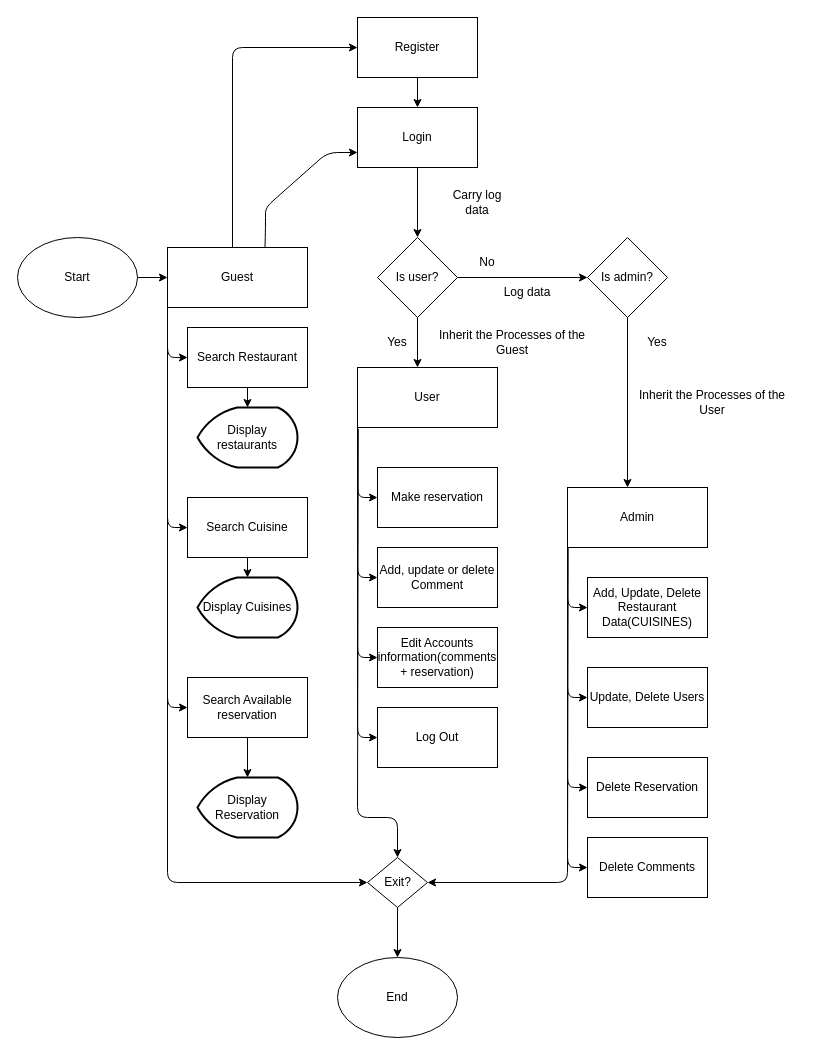
Above: flow-chart.drawio in AriesJ12/Full-fledge-website-first- (draw.io), before the change. Source tidied: cells renumbered, new cells numbered last; positions are measured from the earlier drawing's top-left corner, leaving out a move shared by most shapes. Both pictures are drawn from the tidied source at 100%, with x=0, y=0 at pixel (17, 17).
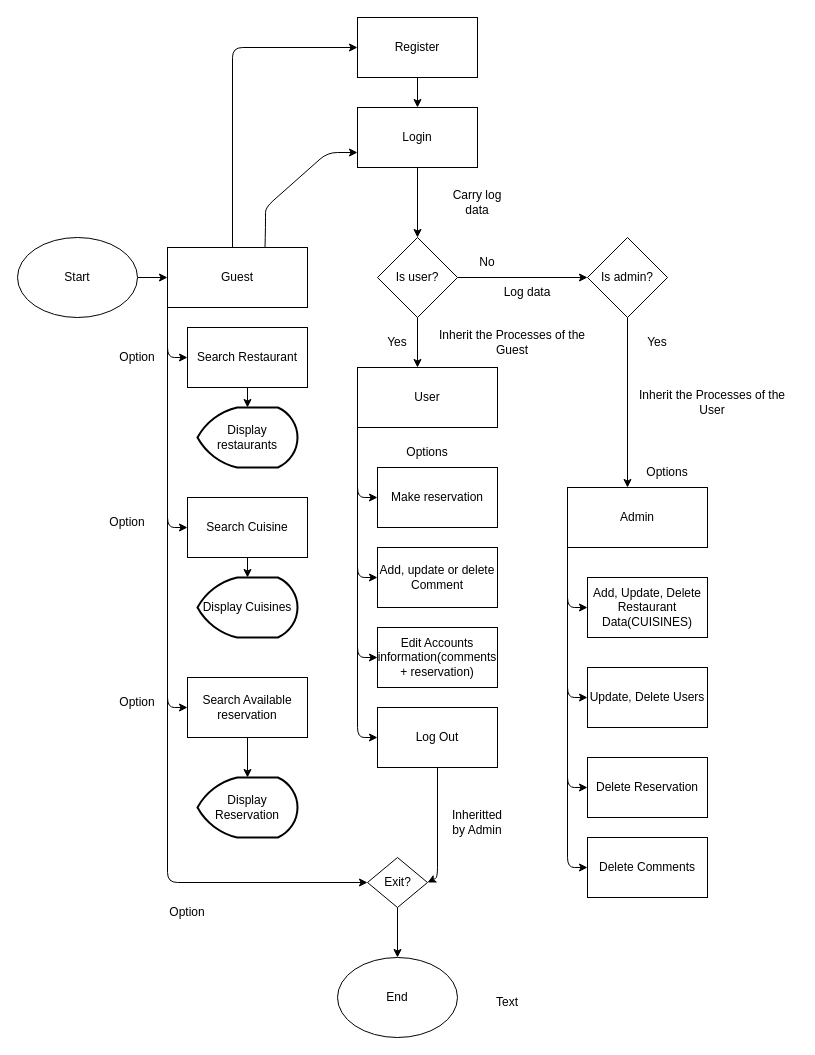
The same diagram, later.

Unchanged cells that the change refers to:
```xml
<mxCell id="25" value="Log Out" style="rounded=0;whiteSpace=wrap;html=1;" parent="1" vertex="1">
  <mxGeometry x="360" y="690" width="120" height="60" as="geometry" />
</mxCell>
<mxCell id="40" value="Exit?" style="shape=rhombus;html=1;dashed=0;whitespace=wrap;perimeter=rhombusPerimeter;" parent="1" vertex="1">
  <mxGeometry x="350" y="840" width="60" height="50" as="geometry" />
</mxCell>
```

Diff of the diagram source:
```diff
@@
+    <mxCell id="59" style="edgeStyle=none;html=1;exitX=0.5;exitY=1;exitDx=0;exitDy=0;entryX=1;entryY=0.5;entryDx=0;entryDy=0;" parent="1" edge="1" source="25" target="40">
+      <mxGeometry relative="1" as="geometry">
+        <Array as="points">
+          <mxPoint x="420" y="860" />
+        </Array>
+      </mxGeometry>
+    </mxCell>
@@
-    <mxCell id="42" style="endArrow=classic;html=1;entryX=1;entryY=0.5;entryDx=0;entryDy=0;exitX=0.039;exitY=1.01;exitDx=0;exitDy=0;exitPerimeter=0;" parent="1" edge="1" target="40">
-      <mxGeometry relative="1" as="geometry">
-        <mxPoint x="550.7" y="530.6" as="sourcePoint" />
-        <Array as="points">
-          <mxPoint x="550" y="865" />
-        </Array>
-      </mxGeometry>
-    </mxCell>
-    <mxCell id="43" style="endArrow=classic;html=1;exitX=0.04;exitY=1.021;exitDx=0;exitDy=0;exitPerimeter=0;entryX=0.5;entryY=0;entryDx=0;entryDy=0;" parent="1" edge="1" target="40">
-      <mxGeometry relative="1" as="geometry">
-        <mxPoint x="340.8" y="411.3" as="sourcePoint" />
-        <Array as="points">
-          <mxPoint x="340" y="800" />
-          <mxPoint x="380" y="800" />
-        </Array>
-      </mxGeometry>
-    </mxCell>
@@
+    <mxCell id="60" value="Option" style="text;html=1;strokeColor=none;fillColor=none;align=center;verticalAlign=middle;whiteSpace=wrap;rounded=0;" parent="1" vertex="1">
+      <mxGeometry x="90" y="325" width="60" height="30" as="geometry" />
+    </mxCell>
+    <mxCell id="61" value="Option" style="text;html=1;strokeColor=none;fillColor=none;align=center;verticalAlign=middle;whiteSpace=wrap;rounded=0;" parent="1" vertex="1">
+      <mxGeometry x="80" y="490" width="60" height="30" as="geometry" />
+    </mxCell>
+    <mxCell id="62" value="Option" style="text;html=1;strokeColor=none;fillColor=none;align=center;verticalAlign=middle;whiteSpace=wrap;rounded=0;" parent="1" vertex="1">
+      <mxGeometry x="90" y="670" width="60" height="30" as="geometry" />
+    </mxCell>
+    <mxCell id="63" value="Option" style="text;html=1;strokeColor=none;fillColor=none;align=center;verticalAlign=middle;whiteSpace=wrap;rounded=0;" parent="1" vertex="1">
+      <mxGeometry x="140" y="880" width="60" height="30" as="geometry" />
+    </mxCell>
+    <mxCell id="64" value="Options" style="text;html=1;strokeColor=none;fillColor=none;align=center;verticalAlign=middle;whiteSpace=wrap;rounded=0;" parent="1" vertex="1">
+      <mxGeometry x="380" y="420" width="60" height="30" as="geometry" />
+    </mxCell>
+    <mxCell id="65" value="Options" style="text;html=1;strokeColor=none;fillColor=none;align=center;verticalAlign=middle;whiteSpace=wrap;rounded=0;" parent="1" vertex="1">
+      <mxGeometry x="620" y="440" width="60" height="30" as="geometry" />
+    </mxCell>
+    <mxCell id="66" value="Inheritted by Admin" style="text;html=1;strokeColor=none;fillColor=none;align=center;verticalAlign=middle;whiteSpace=wrap;rounded=0;" parent="1" vertex="1">
+      <mxGeometry x="430" y="790" width="60" height="30" as="geometry" />
+    </mxCell>
+    <mxCell id="67" value="Text" style="text;html=1;strokeColor=none;fillColor=none;align=center;verticalAlign=middle;whiteSpace=wrap;rounded=0;" parent="1" vertex="1">
+      <mxGeometry x="460" y="970" width="60" height="30" as="geometry" />
+    </mxCell>
```
